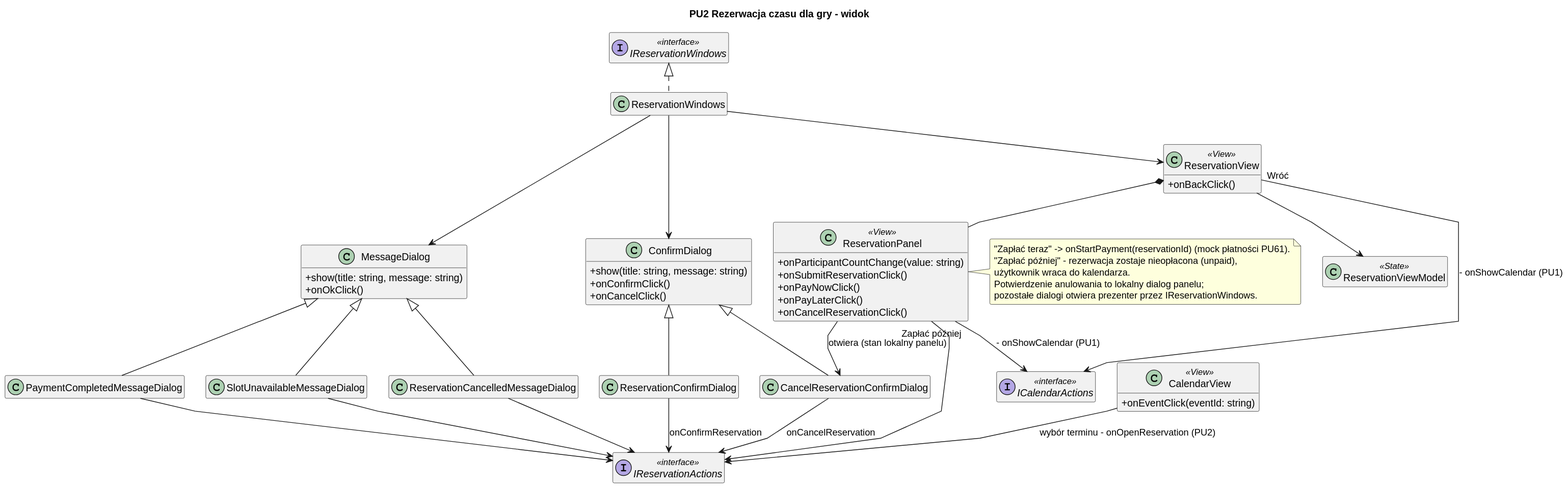
The PlantUML diagram diagrams/frontend/rendered/reservation-view.svg in Igor-Ochocki/POP-2026Z, before a commit.
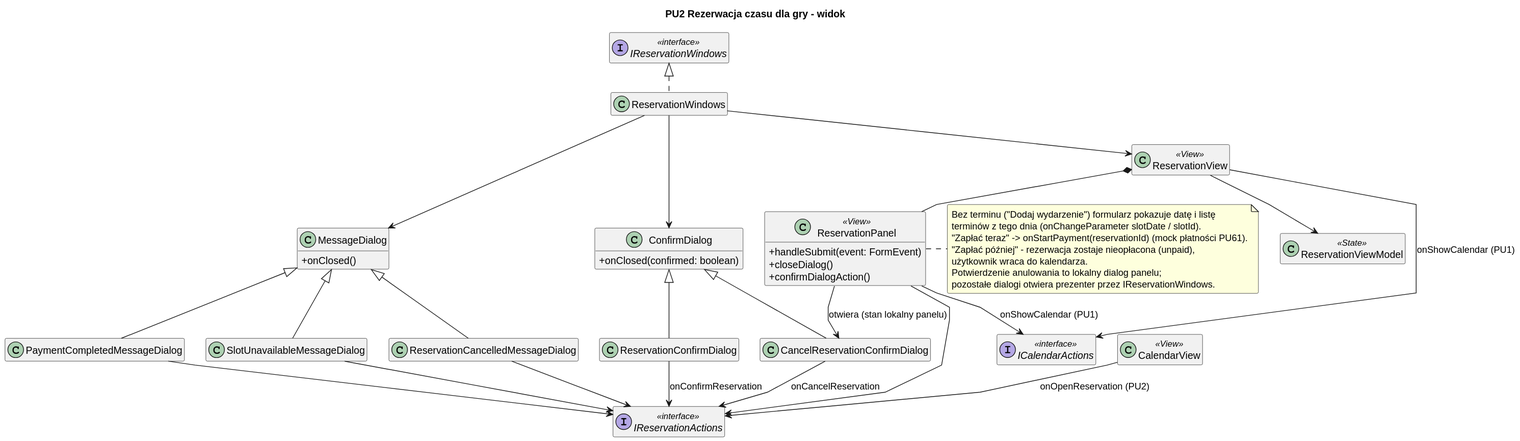
Above is the later version.

The edit, as a diff of the source:
```diff
@@ -10,31 +10,22 @@
 
 title PU2 Rezerwacja czasu dla gry - widok
 
-class CalendarView <<View>> {
-    + onEventClick(eventId: string)
-}
+class CalendarView <<View>>
 
-class ReservationView <<View>> {
-    + onBackClick()
-}
+class ReservationView <<View>>
 
 class ReservationPanel <<View>> {
-    + onParticipantCountChange(value: string)
-    + onSubmitReservationClick()
-    + onPayNowClick()
-    + onPayLaterClick()
-    + onCancelReservationClick()
+    + handleSubmit(event: FormEvent)
+    + closeDialog()
+    + confirmDialogAction()
 }
 
 class ConfirmDialog {
-    + show(title: string, message: string)
-    + onConfirmClick()
-    + onCancelClick()
+    + onClosed(confirmed: boolean)
 }
 
 class MessageDialog {
-    + show(title: string, message: string)
-    + onOkClick()
+    + onClosed()
 }
 
 class ReservationConfirmDialog
@@ -60,7 +51,7 @@
 ReservationWindows --> ConfirmDialog
 ReservationWindows --> MessageDialog
 
-CalendarView --> IReservationActions : wybór terminu - onOpenReservation (PU2)
+CalendarView --> IReservationActions : onOpenReservation (PU2)
 ReservationView *-- ReservationPanel
 ReservationPanel --> CancelReservationConfirmDialog : otwiera (stan lokalny panelu)
 ReservationView --> ReservationViewModel
@@ -70,10 +61,12 @@
 PaymentCompletedMessageDialog --> IReservationActions
 SlotUnavailableMessageDialog --> IReservationActions
 ReservationCancelledMessageDialog --> IReservationActions
-ReservationView --> ICalendarActions : "Wróć" - onShowCalendar (PU1)
-ReservationPanel --> ICalendarActions : "Zapłać później" - onShowCalendar (PU1)
+ReservationView --> ICalendarActions : onShowCalendar (PU1)
+ReservationPanel --> ICalendarActions : onShowCalendar (PU1)
 
 note right of ReservationPanel
+    Bez terminu ("Dodaj wydarzenie") formularz pokazuje datę i listę
+    terminów z tego dnia (onChangeParameter slotDate / slotId).
     "Zapłać teraz" -> onStartPayment(reservationId) (mock płatności PU61).
     "Zapłać później" - rezerwacja zostaje nieopłacona (unpaid),
     użytkownik wraca do kalendarza.
```
